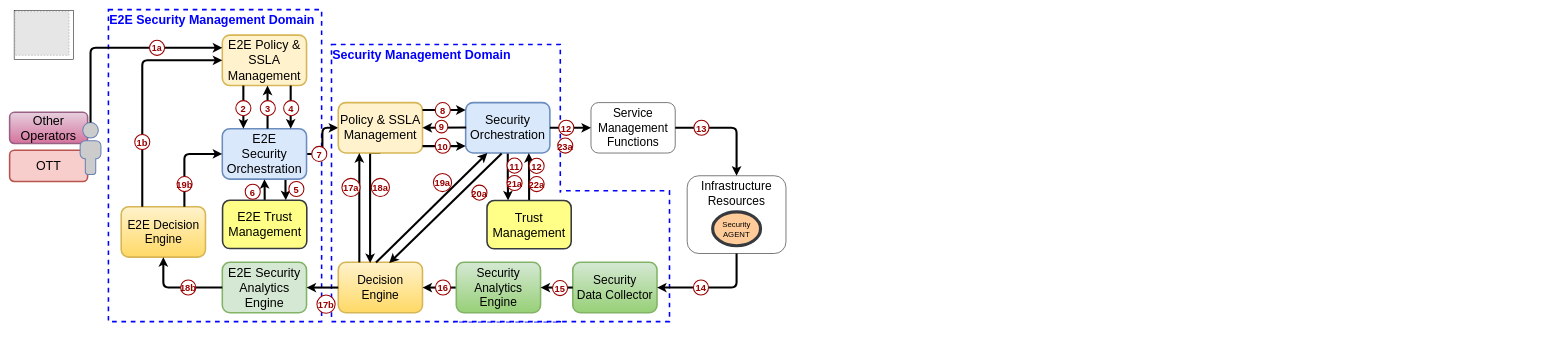
INSPIRE-5Gplus/inspire5gpluswp2architecture keeps this draw.io diagram as page "Closed Loops V2" (3 of 4) of Architecture2.drawio. Above is the earlier version. Source tidied: cells renumbered, new cells numbered last; positions are measured from the earlier drawing's top-left corner, leaving out a move shared by most shapes. Both pictures are drawn from the tidied source at 52%, with x=0, y=0 at pixel (9, 9). Pictures stored in the file or linked from it are replaced by grey dashed boxes.
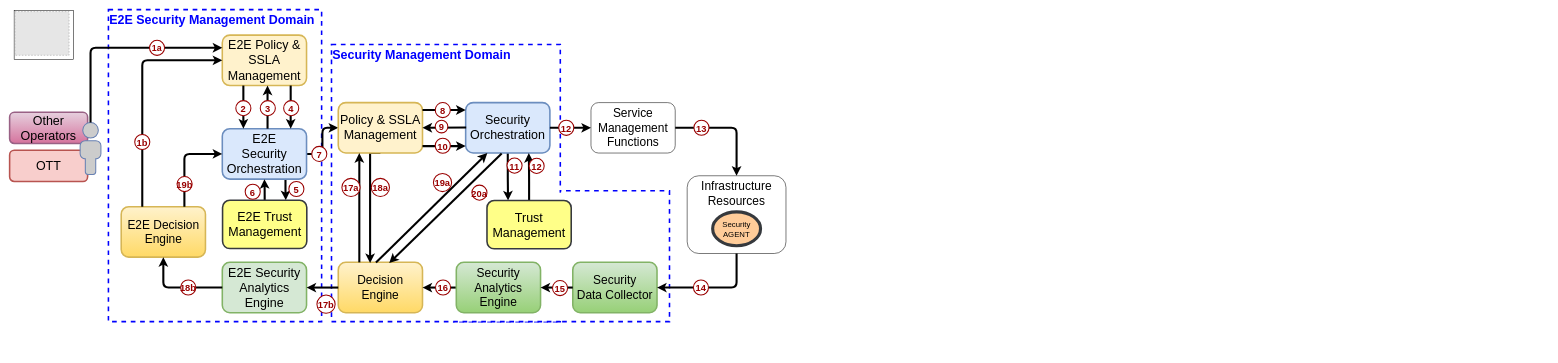
The same diagram, later.

Unchanged cells that the change refers to:
```xml
<mxCell id="14" style="group;" parent="1" vertex="1">
  <mxGeometry x="860" y="255.5" width="2100" height="409" as="geometry" />
</mxCell>
```

Change to the diagram source:
```diff
@@
-    <mxCell id="20" value="23a" style="ellipse;fillColor=#ffffff;fontSize=18;fontStyle=1;spacing=0;strokeColor=#990000;strokeWidth=2;fontColor=#990000;" parent="14" vertex="1">
-      <mxGeometry x="194" y="-7.5" width="29" height="29" as="geometry" />
-    </mxCell>
@@
-    <mxCell id="74" value="21a" style="ellipse;fillColor=#ffffff;fontSize=18;fontStyle=1;spacing=0;strokeColor=#990000;strokeWidth=2;fontColor=#990000;" parent="1" vertex="1">
-      <mxGeometry x="956.5" y="320" width="29" height="29" as="geometry" />
-    </mxCell>
@@
-    <mxCell id="77" value="22a" style="ellipse;fillColor=#ffffff;fontSize=18;fontStyle=1;spacing=0;strokeColor=#990000;strokeWidth=2;fontColor=#990000;" parent="1" vertex="1">
-      <mxGeometry x="999" y="322" width="29" height="29" as="geometry" />
-    </mxCell>
```
